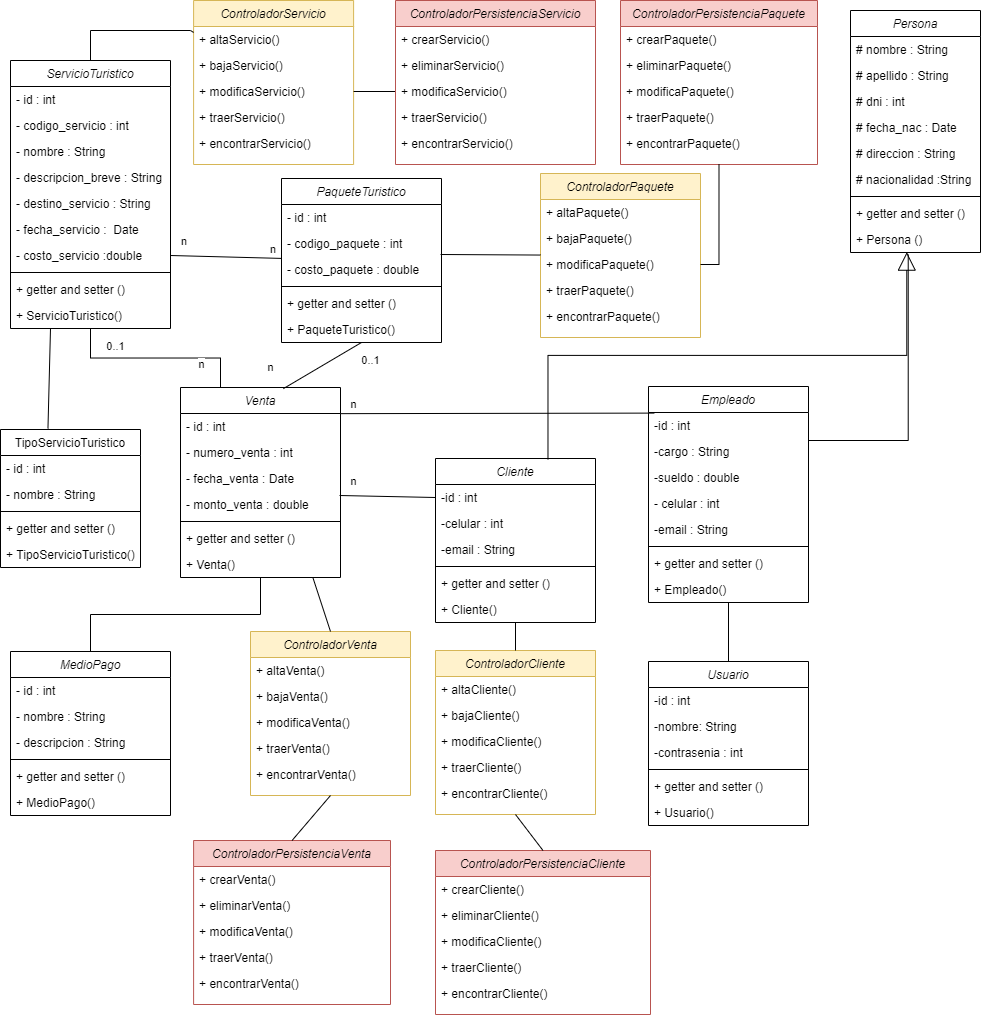
The draw.io diagram Diagramas/AgenciaTurismo.drawio.png in FedericoNagual/TPFinal, before a commit. Source tidied: cells renumbered, new cells last; positions are measured from the earlier drawing's top-left corner, leaving out a move shared by most shapes.
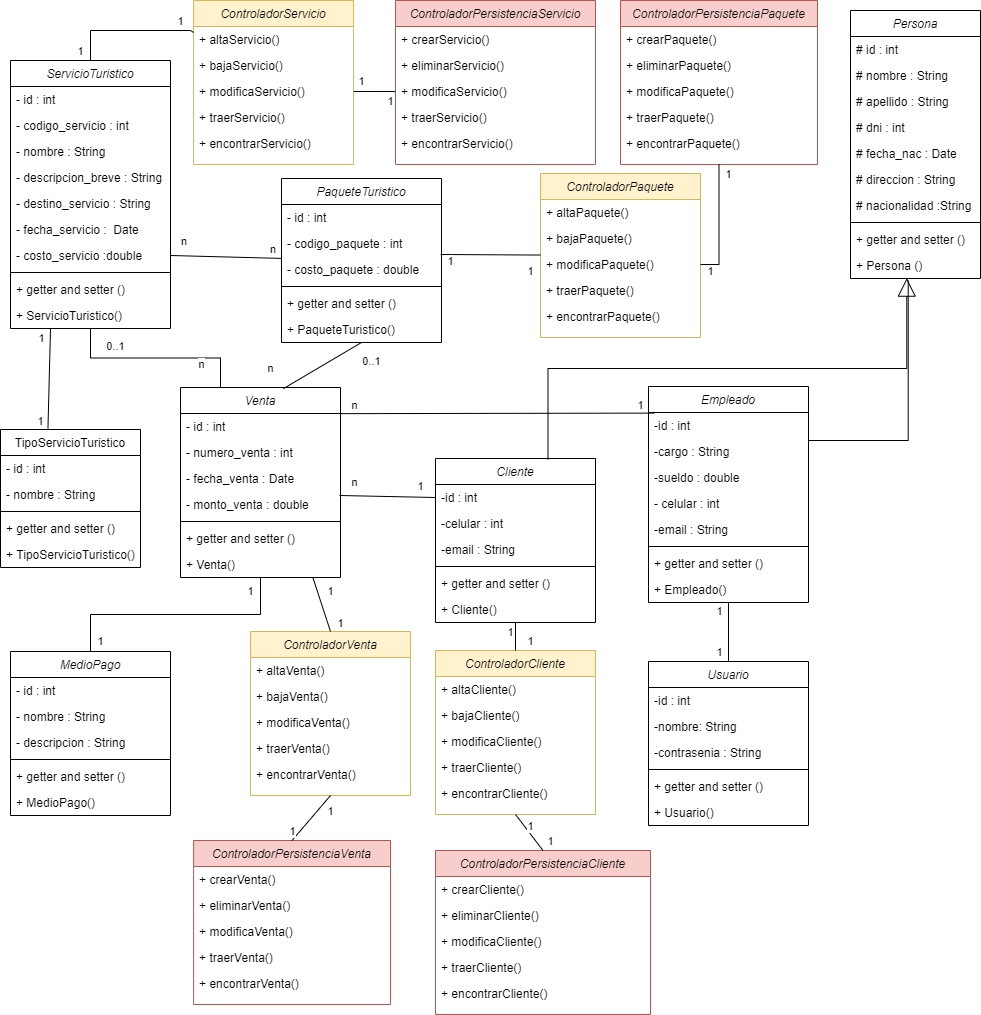
Later version of the same file.

Commit message:
Reemplazo con anotaciones y correcciones el UML

Diff of the diagram source:
```diff
@@ -90,35 +90,43 @@
     <mxCell id="29" style="endArrow=none;html=1;rounded=0;entryX=0.25;entryY=1;entryDx=0;entryDy=0;exitX=0.339;exitY=-0.007;exitDx=0;exitDy=0;exitPerimeter=0;" parent="1" edge="1" source="23" target="2">
       <mxGeometry relative="1" as="geometry" />
     </mxCell>
+    <mxCell id="148" value="1" style="edgeLabel;html=1;align=center;verticalAlign=middle;" parent="29" vertex="1">
+      <mxGeometry x="0.45" relative="1" as="geometry">
+        <mxPoint x="-9" y="-19" as="offset" />
+      </mxGeometry>
+    </mxCell>
     <mxCell id="30" value="Persona" style="swimlane;fontStyle=2;align=center;verticalAlign=top;horizontal=1;startSize=26;rounded=0;shadow=0;strokeWidth=1;" parent="1" vertex="1">
-      <mxGeometry x="850" y="10" width="130" height="242" as="geometry" />
+      <mxGeometry x="850" y="10" width="130" height="268" as="geometry" />
     </mxCell>
+    <mxCell id="149" value="# id : int" style="text;align=left;verticalAlign=top;spacingLeft=4;spacingRight=4;overflow=hidden;" parent="30" vertex="1">
+      <mxGeometry y="26" width="130" height="26" as="geometry" />
+    </mxCell>
     <mxCell id="31" value="# nombre : String" style="text;align=left;verticalAlign=top;spacingLeft=4;spacingRight=4;overflow=hidden;" parent="30" vertex="1">
-      <mxGeometry y="26" width="130" height="26" as="geometry" />
+      <mxGeometry y="52" width="130" height="26" as="geometry" />
     </mxCell>
     <mxCell id="32" value="# apellido : String" style="text;align=left;verticalAlign=top;spacingLeft=4;spacingRight=4;overflow=hidden;rounded=0;shadow=0;html=0;" parent="30" vertex="1">
-      <mxGeometry y="52" width="130" height="26" as="geometry" />
+      <mxGeometry y="78" width="130" height="26" as="geometry" />
     </mxCell>
     <mxCell id="33" value="# dni : int" style="text;align=left;verticalAlign=top;spacingLeft=4;spacingRight=4;overflow=hidden;rounded=0;shadow=0;html=0;" parent="30" vertex="1">
-      <mxGeometry y="78" width="130" height="26" as="geometry" />
+      <mxGeometry y="104" width="130" height="26" as="geometry" />
     </mxCell>
     <mxCell id="34" value="# fecha_nac : Date" style="text;align=left;verticalAlign=top;spacingLeft=4;spacingRight=4;overflow=hidden;rounded=0;shadow=0;html=0;" parent="30" vertex="1">
-      <mxGeometry y="104" width="130" height="26" as="geometry" />
+      <mxGeometry y="130" width="130" height="26" as="geometry" />
     </mxCell>
     <mxCell id="35" value="# direccion : String" style="text;align=left;verticalAlign=top;spacingLeft=4;spacingRight=4;overflow=hidden;rounded=0;shadow=0;html=0;" parent="30" vertex="1">
-      <mxGeometry y="130" width="130" height="26" as="geometry" />
+      <mxGeometry y="156" width="130" height="26" as="geometry" />
     </mxCell>
     <mxCell id="36" value="# nacionalidad :String" style="text;align=left;verticalAlign=top;spacingLeft=4;spacingRight=4;overflow=hidden;rounded=0;shadow=0;html=0;" parent="30" vertex="1">
-      <mxGeometry y="156" width="130" height="26" as="geometry" />
+      <mxGeometry y="182" width="130" height="26" as="geometry" />
     </mxCell>
     <mxCell id="37" style="line;html=1;strokeWidth=1;align=left;verticalAlign=middle;spacingTop=-1;spacingLeft=3;spacingRight=3;labelPosition=right;" parent="30" vertex="1">
-      <mxGeometry y="182" width="130" height="8" as="geometry" />
+      <mxGeometry y="208" width="130" height="8" as="geometry" />
     </mxCell>
     <mxCell id="38" value="+ getter and setter ()" style="text;align=left;verticalAlign=top;spacingLeft=4;spacingRight=4;overflow=hidden;rounded=0;shadow=0;html=0;" parent="30" vertex="1">
-      <mxGeometry y="190" width="130" height="26" as="geometry" />
+      <mxGeometry y="216" width="130" height="26" as="geometry" />
     </mxCell>
     <mxCell id="39" value="+ Persona ()" style="text;align=left;verticalAlign=top;spacingLeft=4;spacingRight=4;overflow=hidden;points=[[0,0.5],[1,0.5]];portConstraint=eastwest;rounded=0;shadow=0;html=0;" parent="30" vertex="1">
-      <mxGeometry y="216" width="130" height="26" as="geometry" />
+      <mxGeometry y="242" width="130" height="26" as="geometry" />
     </mxCell>
     <mxCell id="40" value="Usuario" style="swimlane;fontStyle=2;align=center;verticalAlign=top;horizontal=1;startSize=26;rounded=0;shadow=0;strokeWidth=1;" parent="1" vertex="1">
       <mxGeometry x="648" y="661" width="160" height="164" as="geometry" />
@@ -129,7 +137,7 @@
     <mxCell id="42" value="-nombre: String" style="text;align=left;verticalAlign=top;spacingLeft=4;spacingRight=4;overflow=hidden;rounded=0;shadow=0;html=0;" parent="40" vertex="1">
       <mxGeometry y="52" width="160" height="26" as="geometry" />
     </mxCell>
-    <mxCell id="43" value="-contrasenia : int" style="text;align=left;verticalAlign=top;spacingLeft=4;spacingRight=4;overflow=hidden;rounded=0;shadow=0;html=0;" parent="40" vertex="1">
+    <mxCell id="43" value="-contrasenia : String" style="text;align=left;verticalAlign=top;spacingLeft=4;spacingRight=4;overflow=hidden;rounded=0;shadow=0;html=0;" parent="40" vertex="1">
       <mxGeometry y="78" width="160" height="26" as="geometry" />
     </mxCell>
     <mxCell id="44" style="line;html=1;strokeWidth=1;align=left;verticalAlign=middle;spacingTop=-1;spacingLeft=3;spacingRight=3;labelPosition=right;" parent="40" vertex="1">
@@ -462,5 +470,74 @@
     <mxCell id="147" style="endArrow=none;html=1;rounded=0;entryX=0.5;entryY=0;entryDx=0;entryDy=0;exitX=0.5;exitY=1;exitDx=0;exitDy=0;" parent="1" edge="1" source="97" target="127">
       <mxGeometry relative="1" as="geometry" />
     </mxCell>
+    <mxCell id="150" value="1" style="edgeLabel;html=1;align=center;verticalAlign=middle;" parent="1" vertex="1">
+      <mxGeometry x="40" y="420" as="geometry" />
+    </mxCell>
+    <mxCell id="151" value="1" style="edgeLabel;html=1;align=center;verticalAlign=middle;" parent="1" vertex="1">
+      <mxGeometry x="390" y="100" as="geometry" />
+    </mxCell>
+    <mxCell id="152" value="1" style="edgeLabel;html=1;align=center;verticalAlign=middle;" parent="1" vertex="1">
+      <mxGeometry x="728" y="173" as="geometry" />
+    </mxCell>
+    <mxCell id="153" value="1" style="edgeLabel;html=1;align=center;verticalAlign=middle;" parent="1" vertex="1">
+      <mxGeometry x="710" y="270" as="geometry" />
+    </mxCell>
+    <mxCell id="154" value="1" style="edgeLabel;html=1;align=center;verticalAlign=middle;" parent="1" vertex="1">
+      <mxGeometry x="530" y="270" as="geometry" />
+    </mxCell>
+    <mxCell id="155" value="1" style="edgeLabel;html=1;align=center;verticalAlign=middle;" parent="1" vertex="1">
+      <mxGeometry x="450" y="260" as="geometry" />
+    </mxCell>
+    <mxCell id="156" value="1" style="edgeLabel;html=1;align=center;verticalAlign=middle;" parent="1" vertex="1">
+      <mxGeometry x="330" y="590" as="geometry" />
+    </mxCell>
+    <mxCell id="157" value="1" style="edgeLabel;html=1;align=center;verticalAlign=middle;" parent="1" vertex="1">
+      <mxGeometry x="340" y="622" as="geometry" />
+    </mxCell>
+    <mxCell id="158" value="1" style="edgeLabel;html=1;align=center;verticalAlign=middle;" parent="1" vertex="1">
+      <mxGeometry x="80" y="50" as="geometry" />
+    </mxCell>
+    <mxCell id="159" value="1" style="edgeLabel;html=1;align=center;verticalAlign=middle;" parent="1" vertex="1">
+      <mxGeometry x="180" y="20" as="geometry" />
+    </mxCell>
+    <mxCell id="160" value="1" style="edgeLabel;html=1;align=center;verticalAlign=middle;" parent="1" vertex="1">
+      <mxGeometry x="420" y="485.6" as="geometry" />
+    </mxCell>
+    <mxCell id="161" value="1" style="edgeLabel;html=1;align=center;verticalAlign=middle;" parent="1" vertex="1">
+      <mxGeometry x="361" y="80" as="geometry" />
+    </mxCell>
+    <mxCell id="162" value="1" style="edgeLabel;html=1;align=center;verticalAlign=middle;" parent="1" vertex="1">
+      <mxGeometry x="250" y="590" as="geometry" />
+    </mxCell>
+    <mxCell id="163" value="1" style="edgeLabel;html=1;align=center;verticalAlign=middle;" parent="1" vertex="1">
+      <mxGeometry x="100" y="640" as="geometry" />
+    </mxCell>
+    <mxCell id="164" value="1" style="edgeLabel;html=1;align=center;verticalAlign=middle;" parent="1" vertex="1">
+      <mxGeometry x="510" y="631" as="geometry" />
+    </mxCell>
+    <mxCell id="165" value="1" style="edgeLabel;html=1;align=center;verticalAlign=middle;" parent="1" vertex="1">
+      <mxGeometry x="330" y="810" as="geometry" />
+    </mxCell>
+    <mxCell id="166" value="1" style="edgeLabel;html=1;align=center;verticalAlign=middle;" parent="1" vertex="1">
+      <mxGeometry x="291.5" y="830" as="geometry" />
+    </mxCell>
+    <mxCell id="167" value="1" style="edgeLabel;html=1;align=center;verticalAlign=middle;" parent="1" vertex="1">
+      <mxGeometry x="530" y="640" as="geometry" />
+    </mxCell>
+    <mxCell id="168" value="1" style="edgeLabel;html=1;align=center;verticalAlign=middle;" parent="1" vertex="1">
+      <mxGeometry x="718.5" y="610" as="geometry" />
+    </mxCell>
+    <mxCell id="169" value="1" style="edgeLabel;html=1;align=center;verticalAlign=middle;" parent="1" vertex="1">
+      <mxGeometry x="718.5" y="651" as="geometry" />
+    </mxCell>
+    <mxCell id="170" value="1" style="edgeLabel;html=1;align=center;verticalAlign=middle;" parent="1" vertex="1">
+      <mxGeometry x="530" y="825" as="geometry" />
+    </mxCell>
+    <mxCell id="171" value="1" style="edgeLabel;html=1;align=center;verticalAlign=middle;" parent="1" vertex="1">
+      <mxGeometry x="550" y="840" as="geometry" />
+    </mxCell>
+    <mxCell id="172" value="1" style="edgeLabel;html=1;align=center;verticalAlign=middle;" parent="1" vertex="1">
+      <mxGeometry x="640" y="404" as="geometry" />
+    </mxCell>
   </root>
 </mxGraphModel>
```
